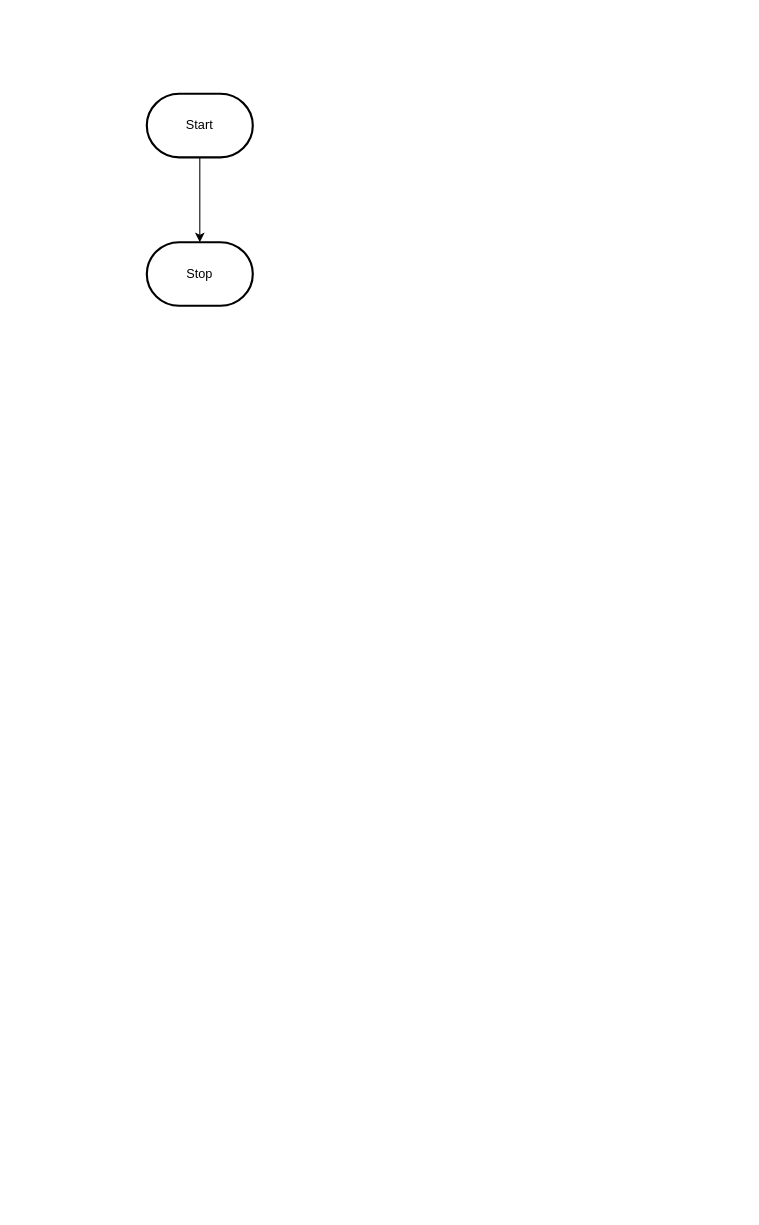
Before: design/flowchart.drawio in George-Khalil-29/ICD2O-PWA-Unit-6-01, a draw.io diagram. Source tidied: cells renumbered, new cells numbered last; positions are measured from the earlier drawing's top-left corner, leaving out a move shared by most shapes. Both pictures are drawn from the tidied source at 106%, with x=0, y=0 at pixel (146, 93).
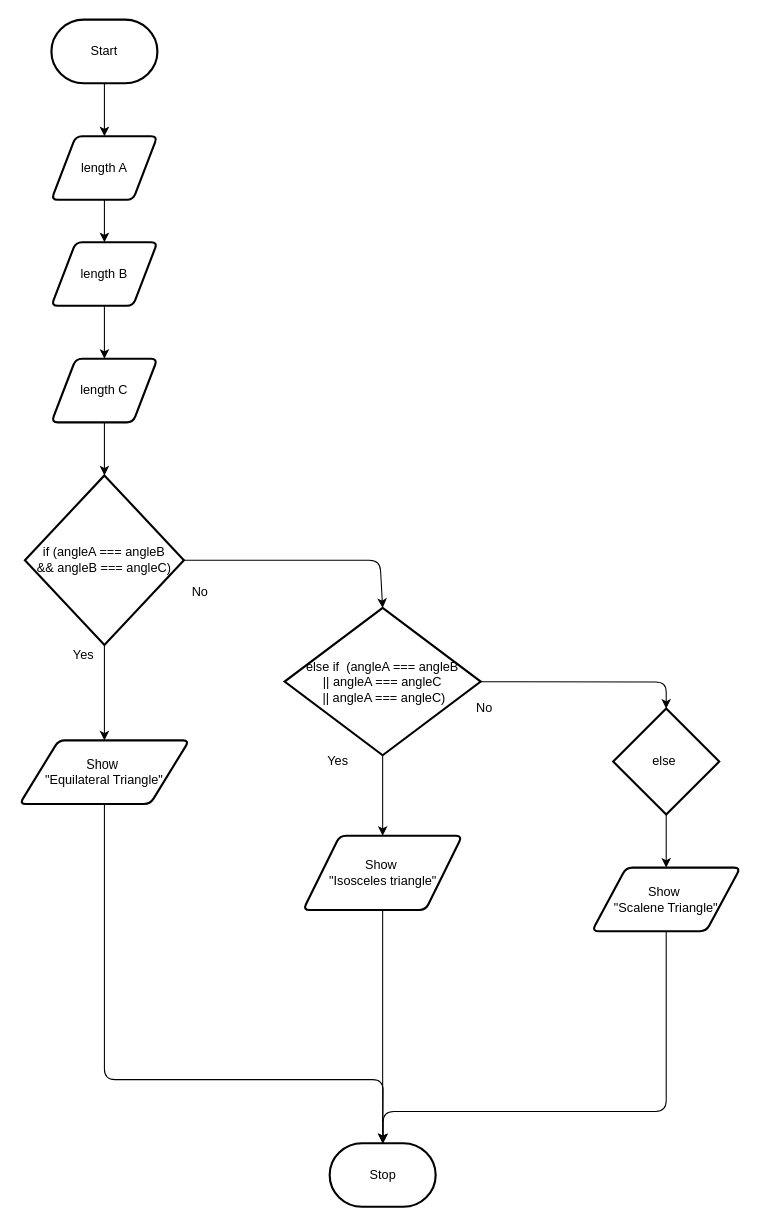
After the change.

Diff of the diagram source:
```diff
@@
-    <mxCell id="2" style="edgeStyle=orthogonalEdgeStyle;html=1;rounded=0;" parent="1" edge="1" source="3" target="4">
-      <mxGeometry relative="1" as="geometry" />
-    </mxCell>
+    <mxCell id="5" style="edgeStyle=none;html=1;entryX=0.5;entryY=0;entryDx=0;entryDy=0;" parent="1" edge="1" source="3" target="2">
+      <mxGeometry relative="1" as="geometry" />
+    </mxCell>
     <mxCell id="3" value="Start" style="strokeWidth=2;html=1;shape=mxgraph.flowchart.terminator;whiteSpace=wrap;" parent="1" vertex="1">
-      <mxGeometry width="100" height="60" as="geometry" />
+      <mxGeometry x="-90" y="-70" width="100" height="60" as="geometry" />
     </mxCell>
     <mxCell id="4" value="Stop" style="strokeWidth=2;html=1;shape=mxgraph.flowchart.terminator;whiteSpace=wrap;" parent="1" vertex="1">
-      <mxGeometry y="140" width="100" height="60" as="geometry" />
+      <mxGeometry x="172.5" y="990" width="100" height="60" as="geometry" />
     </mxCell>
+    <mxCell id="6" style="edgeStyle=none;html=1;" parent="1" edge="1" source="2" target="8">
+      <mxGeometry relative="1" as="geometry" />
+    </mxCell>
+    <mxCell id="2" value="length A" style="shape=parallelogram;html=1;strokeWidth=2;perimeter=parallelogramPerimeter;whiteSpace=wrap;rounded=1;arcSize=12;size=0.23;" parent="1" vertex="1">
+      <mxGeometry x="-90" y="40" width="100" height="60" as="geometry" />
+    </mxCell>
+    <mxCell id="7" style="edgeStyle=none;html=1;" parent="1" edge="1" source="8" target="10">
+      <mxGeometry relative="1" as="geometry" />
+    </mxCell>
+    <mxCell id="8" value="length B" style="shape=parallelogram;html=1;strokeWidth=2;perimeter=parallelogramPerimeter;whiteSpace=wrap;rounded=1;arcSize=12;size=0.23;" parent="1" vertex="1">
+      <mxGeometry x="-90" y="140" width="100" height="60" as="geometry" />
+    </mxCell>
+    <mxCell id="9" style="edgeStyle=none;html=1;entryX=0.5;entryY=0;entryDx=0;entryDy=0;entryPerimeter=0;" parent="1" edge="1" source="10" target="13">
+      <mxGeometry relative="1" as="geometry" />
+    </mxCell>
+    <mxCell id="10" value="length C&lt;br&gt;" style="shape=parallelogram;html=1;strokeWidth=2;perimeter=parallelogramPerimeter;whiteSpace=wrap;rounded=1;arcSize=12;size=0.23;" parent="1" vertex="1">
+      <mxGeometry x="-90" y="250" width="100" height="60" as="geometry" />
+    </mxCell>
+    <mxCell id="11" style="edgeStyle=none;html=1;" parent="1" edge="1" source="13" target="15">
+      <mxGeometry relative="1" as="geometry" />
+    </mxCell>
+    <mxCell id="12" style="edgeStyle=none;html=1;entryX=0.5;entryY=0;entryDx=0;entryDy=0;entryPerimeter=0;" parent="1" edge="1" source="13" target="20">
+      <mxGeometry relative="1" as="geometry">
+        <Array as="points">
+          <mxPoint x="220" y="440" />
+        </Array>
+      </mxGeometry>
+    </mxCell>
+    <mxCell id="13" value="if (angleA === angleB &lt;br&gt;&amp;amp;&amp;amp; angleB === angleC)" style="strokeWidth=2;html=1;shape=mxgraph.flowchart.decision;whiteSpace=wrap;labelBackgroundColor=none;" parent="1" vertex="1">
+      <mxGeometry x="-115" y="360" width="150" height="160" as="geometry" />
+    </mxCell>
+    <mxCell id="14" style="edgeStyle=none;html=1;entryX=0.5;entryY=0;entryDx=0;entryDy=0;entryPerimeter=0;" parent="1" edge="1" source="15" target="4">
+      <mxGeometry relative="1" as="geometry">
+        <Array as="points">
+          <mxPoint x="-40" y="930" />
+          <mxPoint x="223" y="930" />
+        </Array>
+      </mxGeometry>
+    </mxCell>
+    <mxCell id="15" value="Show&amp;nbsp;&lt;br&gt;&quot;Equilateral Triangle&quot;" style="shape=parallelogram;html=1;strokeWidth=2;perimeter=parallelogramPerimeter;whiteSpace=wrap;rounded=1;arcSize=12;size=0.23;labelBackgroundColor=none;" parent="1" vertex="1">
+      <mxGeometry x="-120" y="610" width="160" height="60" as="geometry" />
+    </mxCell>
+    <mxCell id="16" value="Yes" style="text;html=1;align=center;verticalAlign=middle;strokeColor=none;fillColor=none;" parent="1" vertex="1">
+      <mxGeometry x="-80" y="515" width="40" height="30" as="geometry" />
+    </mxCell>
+    <mxCell id="17" value="No" style="text;html=1;align=center;verticalAlign=middle;strokeColor=none;fillColor=none;" parent="1" vertex="1">
+      <mxGeometry x="30" y="455" width="40" height="30" as="geometry" />
+    </mxCell>
+    <mxCell id="18" style="edgeStyle=none;html=1;entryX=0.5;entryY=0;entryDx=0;entryDy=0;entryPerimeter=0;" parent="1" edge="1" source="20" target="26">
+      <mxGeometry relative="1" as="geometry">
+        <Array as="points">
+          <mxPoint x="490" y="555" />
+        </Array>
+      </mxGeometry>
+    </mxCell>
+    <mxCell id="19" style="edgeStyle=none;html=1;entryX=0.5;entryY=0;entryDx=0;entryDy=0;" parent="1" edge="1" source="20" target="24">
+      <mxGeometry relative="1" as="geometry" />
+    </mxCell>
+    <mxCell id="20" value="else if&amp;nbsp; (angleA === angleB &lt;br&gt;|| angleA === angleC&lt;br&gt;&amp;nbsp;|| angleA === angleC)" style="strokeWidth=2;html=1;shape=mxgraph.flowchart.decision;whiteSpace=wrap;labelBackgroundColor=none;" parent="1" vertex="1">
+      <mxGeometry x="130" y="485" width="185" height="139" as="geometry" />
+    </mxCell>
+    <mxCell id="21" value="Yes" style="text;html=1;align=center;verticalAlign=middle;strokeColor=none;fillColor=none;" parent="1" vertex="1">
+      <mxGeometry x="160" y="615" width="40" height="30" as="geometry" />
+    </mxCell>
+    <mxCell id="22" value="No&amp;nbsp;" style="text;html=1;align=center;verticalAlign=middle;strokeColor=none;fillColor=none;" parent="1" vertex="1">
+      <mxGeometry x="300" y="565" width="40" height="30" as="geometry" />
+    </mxCell>
+    <mxCell id="23" style="edgeStyle=none;html=1;entryX=0.5;entryY=0;entryDx=0;entryDy=0;entryPerimeter=0;" parent="1" edge="1" source="24" target="4">
+      <mxGeometry relative="1" as="geometry" />
+    </mxCell>
+    <mxCell id="24" value="Show&amp;nbsp;&lt;br&gt;&quot;Isosceles triangle&quot;" style="shape=parallelogram;html=1;strokeWidth=2;perimeter=parallelogramPerimeter;whiteSpace=wrap;rounded=1;arcSize=12;size=0.23;labelBackgroundColor=none;" parent="1" vertex="1">
+      <mxGeometry x="147.5" y="700" width="150" height="70" as="geometry" />
+    </mxCell>
+    <mxCell id="25" style="edgeStyle=none;html=1;" parent="1" edge="1" source="26" target="28">
+      <mxGeometry relative="1" as="geometry" />
+    </mxCell>
+    <mxCell id="26" value="else&amp;nbsp;" style="strokeWidth=2;html=1;shape=mxgraph.flowchart.decision;whiteSpace=wrap;labelBackgroundColor=none;" parent="1" vertex="1">
+      <mxGeometry x="440" y="580" width="100" height="100" as="geometry" />
+    </mxCell>
+    <mxCell id="27" style="edgeStyle=none;html=1;" parent="1" edge="1" source="28">
+      <mxGeometry relative="1" as="geometry">
+        <mxPoint x="223" y="990" as="targetPoint" />
+        <Array as="points">
+          <mxPoint x="490" y="960" />
+          <mxPoint x="223" y="960" />
+        </Array>
+      </mxGeometry>
+    </mxCell>
+    <mxCell id="28" value="Show&amp;nbsp;&lt;br&gt;&quot;Scalene Triangle&quot;" style="shape=parallelogram;html=1;strokeWidth=2;perimeter=parallelogramPerimeter;whiteSpace=wrap;rounded=1;arcSize=12;size=0.23;labelBackgroundColor=none;" parent="1" vertex="1">
+      <mxGeometry x="420" y="730" width="140" height="60" as="geometry" />
+    </mxCell>
```
